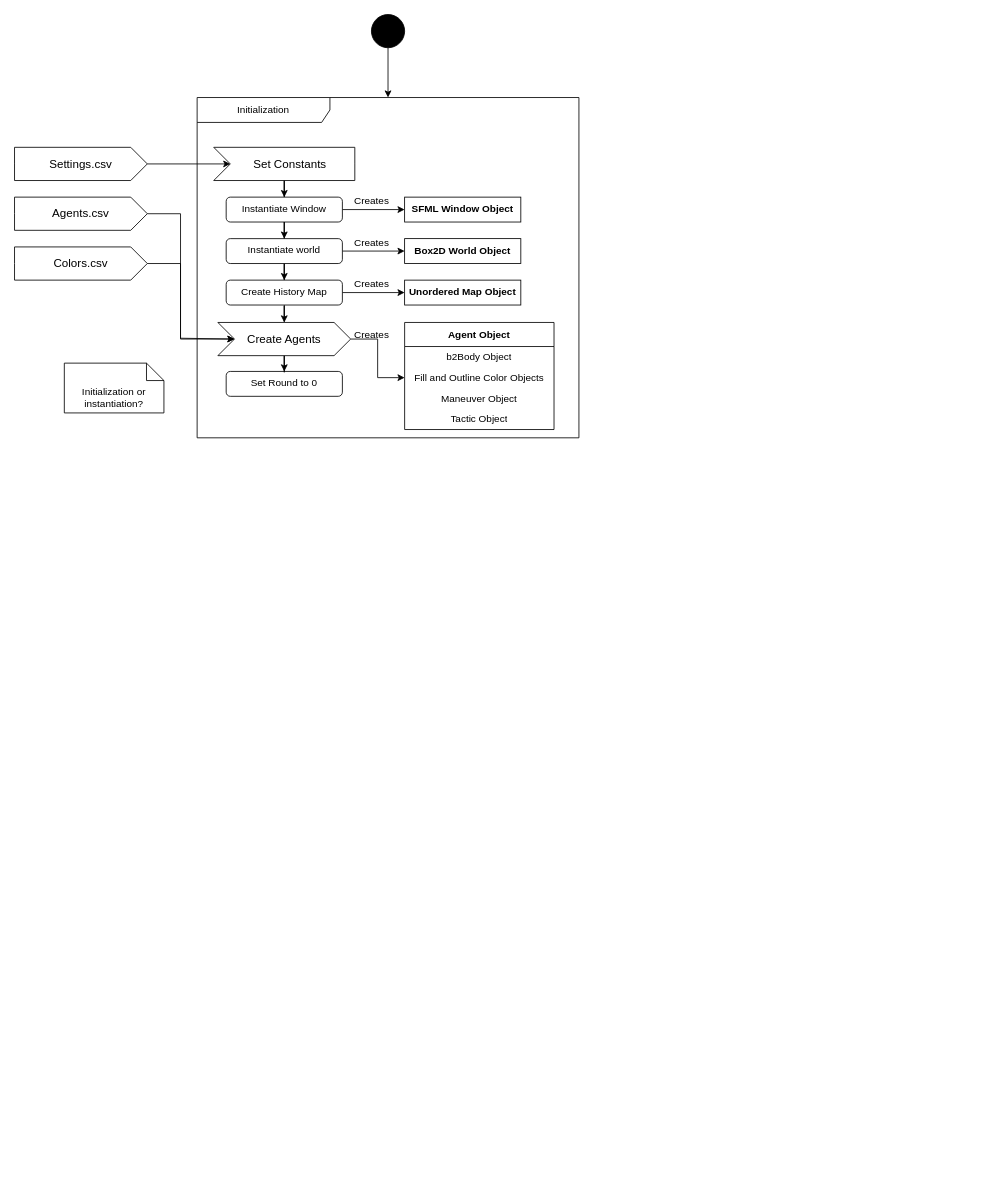
Above: Untitled Diagram.drawio in Boland-Unfug/Thesis (draw.io), before the change. Source tidied: cells renumbered, new cells numbered last; positions are measured from the earlier drawing's top-left corner, leaving out a move shared by most shapes. Both pictures are drawn from the tidied source at 83%, with x=0, y=0 at pixel (14, 14).
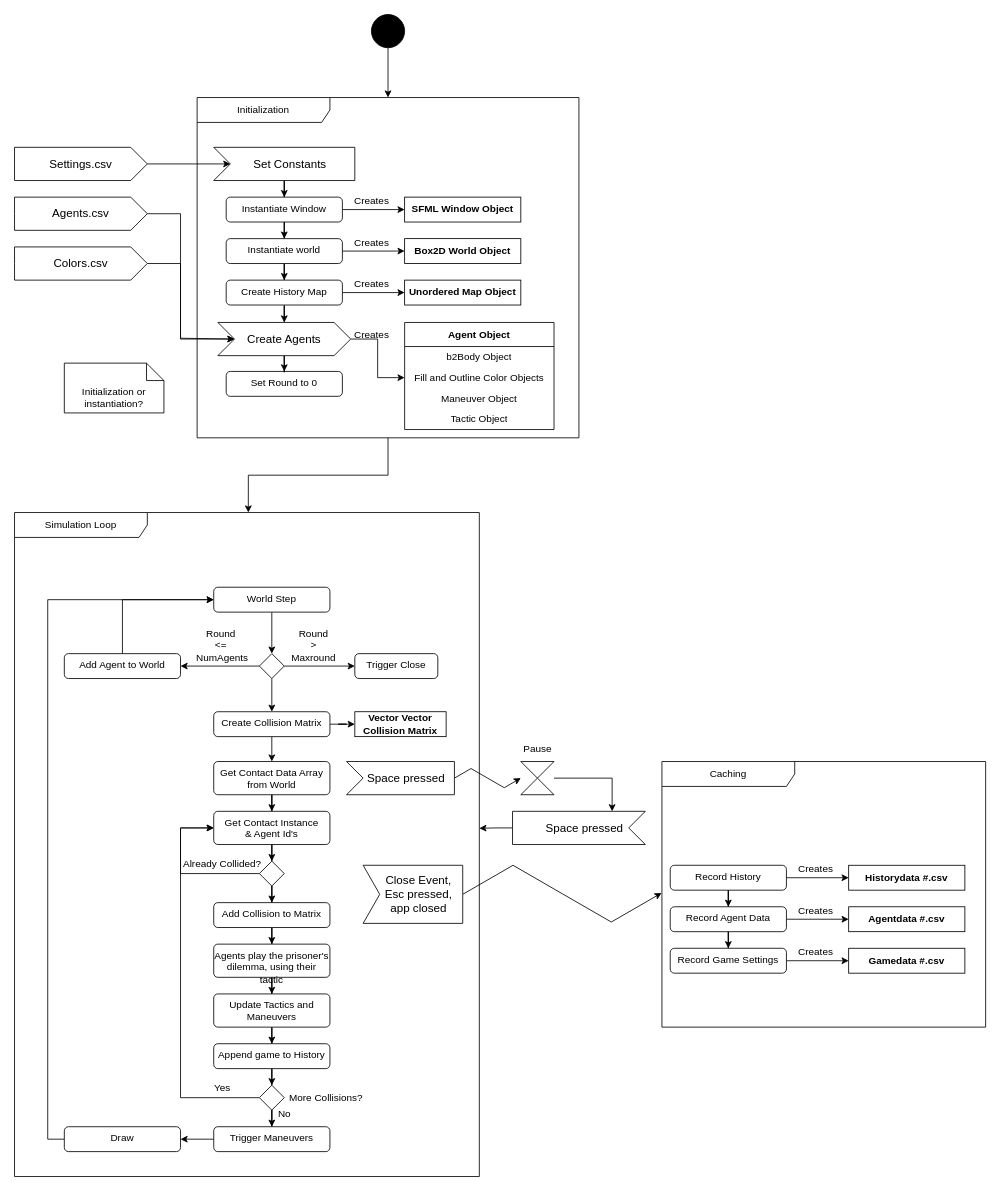
The same page after the edit.

Unchanged cells that the change refers to:
```xml
<mxCell id="4" value="Initialization" style="shape=umlFrame;whiteSpace=wrap;html=1;width=160;" parent="1" vertex="1">
  <mxGeometry x="220" y="100" width="460" height="410" as="geometry" />
</mxCell>
```

The edit, as a diff of the source:
```diff
@@
+    <mxCell id="39" style="edgeStyle=orthogonalEdgeStyle;rounded=0;jettySize=auto;html=1;entryX=0.503;entryY=0;entryDx=0;entryDy=0;entryPerimeter=0;" parent="1" edge="1" source="4" target="40">
+      <mxGeometry relative="1" as="geometry" />
+    </mxCell>
@@
+    <mxCell id="40" value="Simulation Loop" style="shape=umlFrame;whiteSpace=wrap;html=1;width=160;" parent="1" vertex="1">
+      <mxGeometry y="600" width="560" height="800" as="geometry" />
+    </mxCell>
+    <mxCell id="41" style="edgeStyle=orthogonalEdgeStyle;rounded=0;jettySize=auto;html=1;" parent="40" edge="1" source="42" target="46">
+      <mxGeometry relative="1" as="geometry" />
+    </mxCell>
+    <mxCell id="42" value="World Step" style="html=1;align=center;verticalAlign=top;rounded=1;absoluteArcSize=1;arcSize=10;dashed=0;whiteSpace=wrap;" parent="40" vertex="1">
+      <mxGeometry x="240" y="90" width="140" height="30" as="geometry" />
+    </mxCell>
+    <mxCell id="43" style="edgeStyle=orthogonalEdgeStyle;rounded=0;jettySize=auto;html=1;" parent="40" edge="1" source="46" target="48">
+      <mxGeometry relative="1" as="geometry" />
+    </mxCell>
+    <mxCell id="44" style="edgeStyle=orthogonalEdgeStyle;rounded=0;jettySize=auto;html=1;" parent="40" edge="1" source="46" target="50">
+      <mxGeometry relative="1" as="geometry" />
+    </mxCell>
+    <mxCell id="45" style="edgeStyle=orthogonalEdgeStyle;rounded=0;jettySize=auto;html=1;" parent="40" edge="1" source="46" target="54">
+      <mxGeometry relative="1" as="geometry" />
+    </mxCell>
+    <mxCell id="46" style="rhombus;" parent="40" vertex="1">
+      <mxGeometry x="295" y="170" width="30" height="30" as="geometry" />
+    </mxCell>
+    <mxCell id="47" style="edgeStyle=orthogonalEdgeStyle;rounded=0;jettySize=auto;html=1;exitX=0.5;exitY=0;exitDx=0;exitDy=0;entryX=0;entryY=0.5;entryDx=0;entryDy=0;" parent="40" edge="1" source="48" target="42">
+      <mxGeometry relative="1" as="geometry" />
+    </mxCell>
+    <mxCell id="48" value="Add Agent to World" style="html=1;align=center;verticalAlign=top;rounded=1;absoluteArcSize=1;arcSize=10;dashed=0;whiteSpace=wrap;" parent="40" vertex="1">
+      <mxGeometry x="60" y="170" width="140" height="30" as="geometry" />
+    </mxCell>
+    <mxCell id="49" value="&lt;div&gt;Round&amp;nbsp;&lt;/div&gt;&lt;div&gt;&amp;lt;=&amp;nbsp;&lt;/div&gt;&lt;div&gt;NumAgents&lt;/div&gt;" style="text;html=1;align=center;verticalAlign=middle;strokeColor=none;fillColor=none;" parent="40" vertex="1">
+      <mxGeometry x="210" y="130" width="80" height="60" as="geometry" />
+    </mxCell>
+    <mxCell id="50" value="Trigger Close" style="html=1;align=center;verticalAlign=top;rounded=1;absoluteArcSize=1;arcSize=10;dashed=0;whiteSpace=wrap;" parent="40" vertex="1">
+      <mxGeometry x="410" y="170" width="100" height="30" as="geometry" />
+    </mxCell>
+    <mxCell id="51" value="&lt;div&gt;Round&lt;/div&gt;&lt;div&gt;&amp;gt;&lt;/div&gt;&lt;div&gt;Maxround&lt;br&gt;&lt;/div&gt;" style="text;html=1;align=center;verticalAlign=middle;strokeColor=none;fillColor=none;" parent="40" vertex="1">
+      <mxGeometry x="325" y="130" width="70" height="60" as="geometry" />
+    </mxCell>
+    <mxCell id="52" style="edgeStyle=orthogonalEdgeStyle;rounded=0;jettySize=auto;html=1;" parent="40" edge="1" source="54" target="55">
+      <mxGeometry relative="1" as="geometry" />
+    </mxCell>
+    <mxCell id="53" style="edgeStyle=orthogonalEdgeStyle;rounded=0;jettySize=auto;html=1;exitX=0.5;exitY=1;exitDx=0;exitDy=0;entryX=0.5;entryY=0;entryDx=0;entryDy=0;" parent="40" edge="1" source="54" target="57">
+      <mxGeometry relative="1" as="geometry" />
+    </mxCell>
+    <mxCell id="54" value="Create Collision Matrix" style="html=1;align=center;verticalAlign=top;rounded=1;absoluteArcSize=1;arcSize=10;dashed=0;whiteSpace=wrap;" parent="40" vertex="1">
+      <mxGeometry x="240" y="240" width="140" height="30" as="geometry" />
+    </mxCell>
+    <mxCell id="55" value="&lt;div&gt;Vector Vector&lt;/div&gt;&lt;div&gt;Collision Matrix&lt;br&gt;&lt;/div&gt;" style="fontStyle=1;whiteSpace=wrap;html=1;" parent="40" vertex="1">
+      <mxGeometry x="410" y="240" width="110" height="30" as="geometry" />
+    </mxCell>
+    <mxCell id="56" style="edgeStyle=orthogonalEdgeStyle;rounded=0;jettySize=auto;html=1;" parent="40" edge="1" source="57" target="59">
+      <mxGeometry relative="1" as="geometry" />
+    </mxCell>
+    <mxCell id="57" value="&lt;div&gt;Get Contact Data Array from World&lt;br&gt;&lt;/div&gt;" style="html=1;align=center;verticalAlign=top;rounded=1;absoluteArcSize=1;arcSize=10;dashed=0;whiteSpace=wrap;" parent="40" vertex="1">
+      <mxGeometry x="240" y="300" width="140" height="40" as="geometry" />
+    </mxCell>
+    <mxCell id="58" style="edgeStyle=orthogonalEdgeStyle;rounded=0;jettySize=auto;html=1;" parent="40" edge="1" source="59" target="62">
+      <mxGeometry relative="1" as="geometry" />
+    </mxCell>
+    <mxCell id="59" value="&lt;div&gt;Get Contact Instance&lt;/div&gt;&lt;div&gt;&amp;amp; Agent Id's&lt;br&gt;&lt;/div&gt;" style="html=1;align=center;verticalAlign=top;rounded=1;absoluteArcSize=1;arcSize=10;dashed=0;whiteSpace=wrap;" parent="40" vertex="1">
+      <mxGeometry x="240" y="360" width="140" height="40" as="geometry" />
+    </mxCell>
+    <mxCell id="60" style="edgeStyle=orthogonalEdgeStyle;rounded=0;jettySize=auto;html=1;exitX=0;exitY=0.5;exitDx=0;exitDy=0;entryX=0;entryY=0.5;entryDx=0;entryDy=0;" parent="40" edge="1" source="62" target="59">
+      <mxGeometry relative="1" as="geometry">
+        <Array as="points">
+          <mxPoint x="200" y="435" />
+          <mxPoint x="200" y="380" />
+        </Array>
+      </mxGeometry>
+    </mxCell>
+    <mxCell id="61" style="edgeStyle=orthogonalEdgeStyle;rounded=0;jettySize=auto;html=1;" parent="40" edge="1" source="62" target="65">
+      <mxGeometry relative="1" as="geometry" />
+    </mxCell>
+    <mxCell id="62" style="rhombus;" parent="40" vertex="1">
+      <mxGeometry x="295" y="420" width="30" height="30" as="geometry" />
+    </mxCell>
+    <mxCell id="63" value="Already Collided?" style="text;html=1;align=center;verticalAlign=middle;strokeColor=none;fillColor=none;" parent="40" vertex="1">
+      <mxGeometry x="195" y="408" width="110" height="30" as="geometry" />
+    </mxCell>
+    <mxCell id="64" style="edgeStyle=orthogonalEdgeStyle;rounded=0;jettySize=auto;html=1;" parent="40" edge="1" source="65" target="67">
+      <mxGeometry relative="1" as="geometry" />
+    </mxCell>
+    <mxCell id="65" value="Add Collision to Matrix" style="html=1;align=center;verticalAlign=top;rounded=1;absoluteArcSize=1;arcSize=10;dashed=0;whiteSpace=wrap;" parent="40" vertex="1">
+      <mxGeometry x="240" y="470" width="140" height="30" as="geometry" />
+    </mxCell>
+    <mxCell id="66" style="edgeStyle=orthogonalEdgeStyle;rounded=0;jettySize=auto;html=1;" parent="40" edge="1" source="67" target="70">
+      <mxGeometry relative="1" as="geometry" />
+    </mxCell>
+    <mxCell id="67" value="Agents play the prisoner's dilemma, using their tactic " style="html=1;align=center;verticalAlign=top;rounded=1;absoluteArcSize=1;arcSize=10;dashed=0;whiteSpace=wrap;" parent="40" vertex="1">
+      <mxGeometry x="240" y="520" width="140" height="40" as="geometry" />
+    </mxCell>
+    <mxCell id="68" style="edgeStyle=orthogonalEdgeStyle;rounded=0;orthogonalLoop=1;jettySize=auto;html=1;exitX=0.5;exitY=1;exitDx=0;exitDy=0;" parent="40" edge="1" source="67" target="67">
+      <mxGeometry relative="1" as="geometry" />
+    </mxCell>
+    <mxCell id="69" style="edgeStyle=orthogonalEdgeStyle;rounded=0;jettySize=auto;html=1;" parent="40" edge="1" source="70" target="72">
+      <mxGeometry relative="1" as="geometry" />
+    </mxCell>
+    <mxCell id="70" value="&lt;div&gt;Update Tactics and Maneuvers&lt;br&gt;&lt;/div&gt;" style="html=1;align=center;verticalAlign=top;rounded=1;absoluteArcSize=1;arcSize=10;dashed=0;whiteSpace=wrap;" parent="40" vertex="1">
+      <mxGeometry x="240" y="580" width="140" height="40" as="geometry" />
+    </mxCell>
+    <mxCell id="71" style="edgeStyle=orthogonalEdgeStyle;rounded=0;jettySize=auto;html=1;" parent="40" edge="1" source="72" target="75">
+      <mxGeometry relative="1" as="geometry" />
+    </mxCell>
+    <mxCell id="72" value="Append game to History" style="html=1;align=center;verticalAlign=top;rounded=1;absoluteArcSize=1;arcSize=10;dashed=0;whiteSpace=wrap;" parent="40" vertex="1">
+      <mxGeometry x="240" y="640" width="140" height="30" as="geometry" />
+    </mxCell>
+    <mxCell id="73" style="edgeStyle=orthogonalEdgeStyle;rounded=0;jettySize=auto;html=1;exitX=0;exitY=0.5;exitDx=0;exitDy=0;entryX=0;entryY=0.5;entryDx=0;entryDy=0;" parent="40" edge="1" source="75" target="59">
+      <mxGeometry relative="1" as="geometry">
+        <Array as="points">
+          <mxPoint x="200" y="705" />
+          <mxPoint x="200" y="380" />
+        </Array>
+      </mxGeometry>
+    </mxCell>
+    <mxCell id="74" style="edgeStyle=orthogonalEdgeStyle;rounded=0;jettySize=auto;html=1;" parent="40" edge="1" source="75" target="79">
+      <mxGeometry relative="1" as="geometry" />
+    </mxCell>
+    <mxCell id="75" style="rhombus;" parent="40" vertex="1">
+      <mxGeometry x="295" y="690" width="30" height="30" as="geometry" />
+    </mxCell>
+    <mxCell id="76" value="More Collisions?" style="text;html=1;align=center;verticalAlign=middle;strokeColor=none;fillColor=none;" parent="40" vertex="1">
+      <mxGeometry x="320" y="690" width="110" height="30" as="geometry" />
+    </mxCell>
+    <mxCell id="77" value="&lt;div&gt;Yes&lt;/div&gt;" style="text;html=1;align=center;verticalAlign=middle;strokeColor=none;fillColor=none;" parent="40" vertex="1">
+      <mxGeometry x="230" y="678" width="40" height="30" as="geometry" />
+    </mxCell>
+    <mxCell id="78" style="edgeStyle=orthogonalEdgeStyle;rounded=0;jettySize=auto;html=1;" parent="40" edge="1" source="79" target="81">
+      <mxGeometry relative="1" as="geometry" />
+    </mxCell>
+    <mxCell id="79" value="Trigger Maneuvers" style="html=1;align=center;verticalAlign=top;rounded=1;absoluteArcSize=1;arcSize=10;dashed=0;whiteSpace=wrap;" parent="40" vertex="1">
+      <mxGeometry x="240" y="740" width="140" height="30" as="geometry" />
+    </mxCell>
+    <mxCell id="80" style="edgeStyle=orthogonalEdgeStyle;rounded=0;jettySize=auto;html=1;exitX=0;exitY=0.5;exitDx=0;exitDy=0;entryX=0;entryY=0.5;entryDx=0;entryDy=0;" parent="40" edge="1" source="81" target="42">
+      <mxGeometry relative="1" as="geometry" />
+    </mxCell>
+    <mxCell id="81" value="Draw" style="html=1;align=center;verticalAlign=top;rounded=1;absoluteArcSize=1;arcSize=10;dashed=0;whiteSpace=wrap;" parent="40" vertex="1">
+      <mxGeometry x="60" y="740" width="140" height="30" as="geometry" />
+    </mxCell>
+    <mxCell id="82" value="No" style="text;html=1;align=center;verticalAlign=middle;strokeColor=none;fillColor=none;" parent="40" vertex="1">
+      <mxGeometry x="305" y="710" width="40" height="30" as="geometry" />
+    </mxCell>
+    <mxCell id="83" style="edgeStyle=isometricEdgeStyle;rounded=0;jettySize=auto;html=1;exitX=1;exitY=0.5;exitDx=0;exitDy=0;exitPerimeter=0;entryX=-0.001;entryY=0.495;entryDx=0;entryDy=0;entryPerimeter=0;" parent="1" edge="1" source="87" target="88">
+      <mxGeometry relative="1" as="geometry" />
+    </mxCell>
+    <mxCell id="84" style="edgeStyle=isometricEdgeStyle;rounded=0;jettySize=auto;html=1;exitX=1;exitY=0.5;exitDx=0;exitDy=0;exitPerimeter=0;entryX=0;entryY=0.5;entryDx=0;entryDy=0;" parent="1" edge="1" source="103" target="104">
+      <mxGeometry relative="1" as="geometry" />
+    </mxCell>
+    <mxCell id="85" style="edgeStyle=orthogonalEdgeStyle;rounded=0;jettySize=auto;html=1;exitX=1;exitY=0.5;exitDx=0;exitDy=0;entryX=0;entryY=0;entryDx=40;entryDy=40;entryPerimeter=0;" parent="1" edge="1" source="104" target="106">
+      <mxGeometry relative="1" as="geometry" />
+    </mxCell>
+    <mxCell id="86" style="edgeStyle=orthogonalEdgeStyle;rounded=0;jettySize=auto;html=1;exitX=1;exitY=0.5;exitDx=0;exitDy=0;exitPerimeter=0;entryX=1;entryY=0.638;entryDx=0;entryDy=0;entryPerimeter=0;" parent="1" edge="1" source="106">
+      <mxGeometry relative="1" as="geometry">
+        <mxPoint x="560" y="980.4" as="targetPoint" />
+      </mxGeometry>
+    </mxCell>
+    <mxCell id="87" value="&lt;div&gt;Close Event,&lt;/div&gt;&lt;div&gt;Esc pressed,&lt;/div&gt;&lt;div&gt;app closed&lt;br&gt;&lt;/div&gt;" style="html=1;shape=mxgraph.infographic.ribbonSimple;notch1=20;notch2=0;align=center;verticalAlign=middle;fontSize=14;fontStyle=0;fillColor=#FFFFFF;flipH=0;spacingRight=0;spacingLeft=14;whiteSpace=wrap;" parent="1" vertex="1">
+      <mxGeometry x="420" y="1025" width="120" height="70" as="geometry" />
+    </mxCell>
+    <mxCell id="88" value="Caching" style="shape=umlFrame;whiteSpace=wrap;html=1;width=160;" parent="1" vertex="1">
+      <mxGeometry x="780" y="900" width="390" height="320" as="geometry" />
+    </mxCell>
+    <mxCell id="89" style="edgeStyle=orthogonalEdgeStyle;rounded=0;jettySize=auto;html=1;" parent="88" edge="1" source="91" target="94">
+      <mxGeometry relative="1" as="geometry" />
+    </mxCell>
+    <mxCell id="90" style="edgeStyle=orthogonalEdgeStyle;rounded=0;jettySize=auto;html=1;" parent="88" edge="1" source="91" target="95">
+      <mxGeometry relative="1" as="geometry" />
+    </mxCell>
+    <mxCell id="91" value="Record History" style="html=1;align=center;verticalAlign=top;rounded=1;absoluteArcSize=1;arcSize=10;dashed=0;whiteSpace=wrap;" parent="88" vertex="1">
+      <mxGeometry x="10" y="125" width="140" height="30" as="geometry" />
+    </mxCell>
+    <mxCell id="92" style="edgeStyle=orthogonalEdgeStyle;rounded=0;jettySize=auto;html=1;" parent="88" edge="1" source="94" target="97">
+      <mxGeometry relative="1" as="geometry" />
+    </mxCell>
+    <mxCell id="93" style="edgeStyle=orthogonalEdgeStyle;rounded=0;jettySize=auto;html=1;exitX=1;exitY=0.5;exitDx=0;exitDy=0;entryX=0;entryY=0.5;entryDx=0;entryDy=0;" parent="88" edge="1" source="94" target="98">
+      <mxGeometry relative="1" as="geometry" />
+    </mxCell>
+    <mxCell id="94" value="Record Agent Data" style="html=1;align=center;verticalAlign=top;rounded=1;absoluteArcSize=1;arcSize=10;dashed=0;whiteSpace=wrap;" parent="88" vertex="1">
+      <mxGeometry x="10" y="175" width="140" height="30" as="geometry" />
+    </mxCell>
+    <mxCell id="95" value="Historydata #.csv" style="fontStyle=1;whiteSpace=wrap;html=1;" parent="88" vertex="1">
+      <mxGeometry x="225" y="125" width="140" height="30" as="geometry" />
+    </mxCell>
+    <mxCell id="96" style="edgeStyle=orthogonalEdgeStyle;rounded=0;jettySize=auto;html=1;exitX=1;exitY=0.5;exitDx=0;exitDy=0;entryX=0;entryY=0.5;entryDx=0;entryDy=0;" parent="88" edge="1" source="97" target="99">
+      <mxGeometry relative="1" as="geometry" />
+    </mxCell>
+    <mxCell id="97" value="Record Game Settings" style="html=1;align=center;verticalAlign=top;rounded=1;absoluteArcSize=1;arcSize=10;dashed=0;whiteSpace=wrap;" parent="88" vertex="1">
+      <mxGeometry x="10" y="225" width="140" height="30" as="geometry" />
+    </mxCell>
+    <mxCell id="98" value="Agentdata #.csv" style="fontStyle=1;whiteSpace=wrap;html=1;" parent="88" vertex="1">
+      <mxGeometry x="225" y="175" width="140" height="30" as="geometry" />
+    </mxCell>
+    <mxCell id="99" value="Gamedata #.csv" style="fontStyle=1;whiteSpace=wrap;html=1;" parent="88" vertex="1">
+      <mxGeometry x="225" y="225" width="140" height="30" as="geometry" />
+    </mxCell>
+    <mxCell id="100" value="Creates" style="text;html=1;align=center;verticalAlign=middle;strokeColor=none;fillColor=none;" parent="88" vertex="1">
+      <mxGeometry x="150" y="115" width="70" height="30" as="geometry" />
+    </mxCell>
+    <mxCell id="101" value="Creates" style="text;html=1;align=center;verticalAlign=middle;strokeColor=none;fillColor=none;" parent="88" vertex="1">
+      <mxGeometry x="150" y="165" width="70" height="30" as="geometry" />
+    </mxCell>
+    <mxCell id="102" value="Creates" style="text;html=1;align=center;verticalAlign=middle;strokeColor=none;fillColor=none;" parent="88" vertex="1">
+      <mxGeometry x="150" y="215" width="70" height="30" as="geometry" />
+    </mxCell>
+    <mxCell id="103" value="Space pressed" style="html=1;shape=mxgraph.infographic.ribbonSimple;notch1=20;notch2=0;align=center;verticalAlign=middle;fontSize=14;fontStyle=0;fillColor=#FFFFFF;flipH=0;spacingRight=0;spacingLeft=14;whiteSpace=wrap;" parent="1" vertex="1">
+      <mxGeometry x="400" y="900" width="130" height="40" as="geometry" />
+    </mxCell>
+    <mxCell id="104" style="shape=collate;html=1;" parent="1" vertex="1">
+      <mxGeometry x="610" y="900" width="40" height="40" as="geometry" />
+    </mxCell>
+    <mxCell id="105" value="Pause" style="text;html=1;align=center;verticalAlign=middle;strokeColor=none;fillColor=none;" parent="1" vertex="1">
+      <mxGeometry x="600" y="870" width="60" height="30" as="geometry" />
+    </mxCell>
+    <mxCell id="106" value="Space pressed" style="html=1;shape=mxgraph.infographic.ribbonSimple;notch1=20;notch2=0;align=center;verticalAlign=middle;fontSize=14;fontStyle=0;fillColor=#FFFFFF;flipH=0;spacingRight=0;spacingLeft=14;whiteSpace=wrap;direction=west;" parent="1" vertex="1">
+      <mxGeometry x="600" y="960" width="160" height="40" as="geometry" />
+    </mxCell>
```
